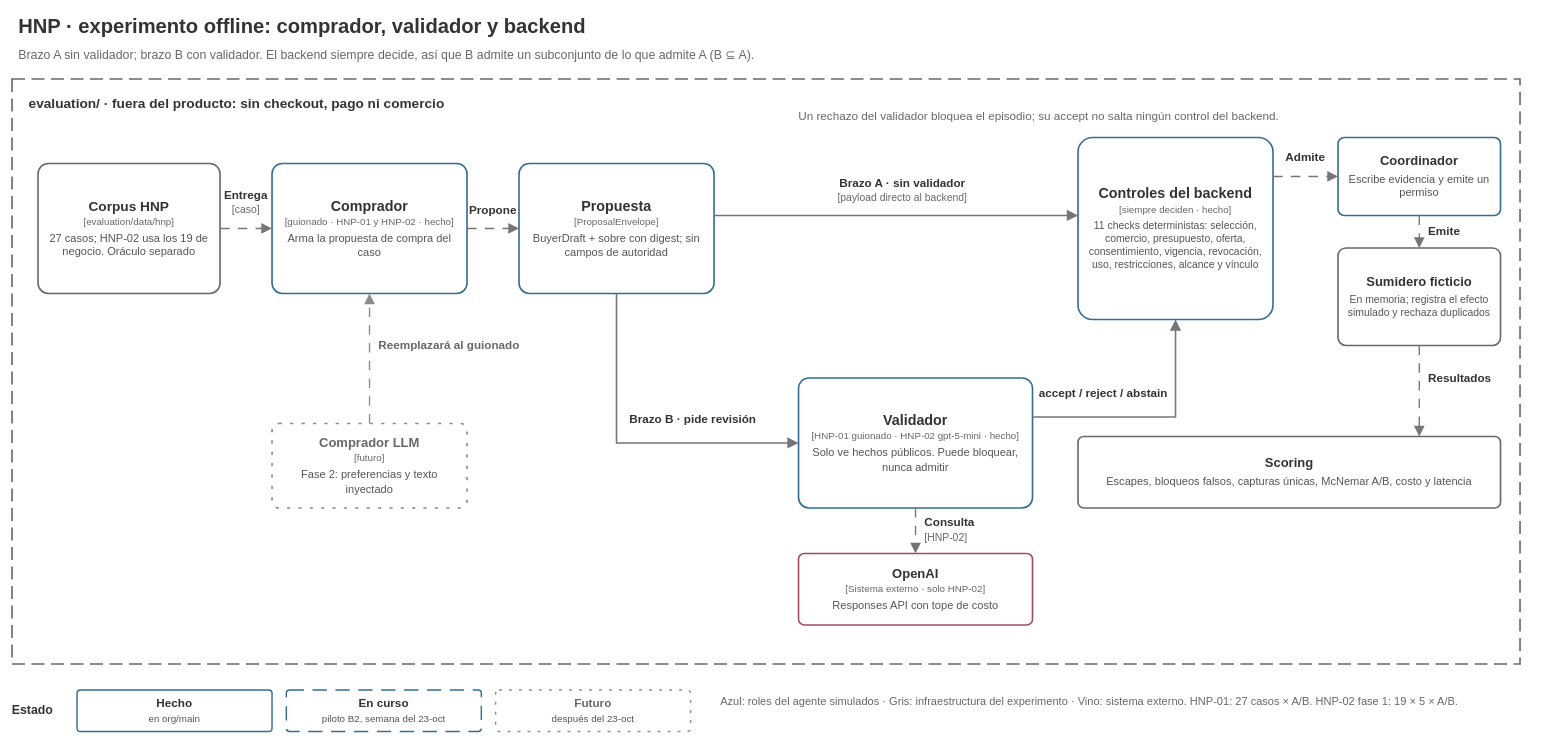
Before: docs/diagrams/architecture-hnp-experiment.drawio in Tesis-Agentes-Comerciales/tesis-commerce-agent, a draw.io diagram. Source tidied: cells renumbered, new cells numbered last; positions are measured from the earlier drawing's top-left corner, leaving out a move shared by most shapes. Both pictures are drawn from the tidied source at 65%, with x=0, y=0 at pixel (12, 11).
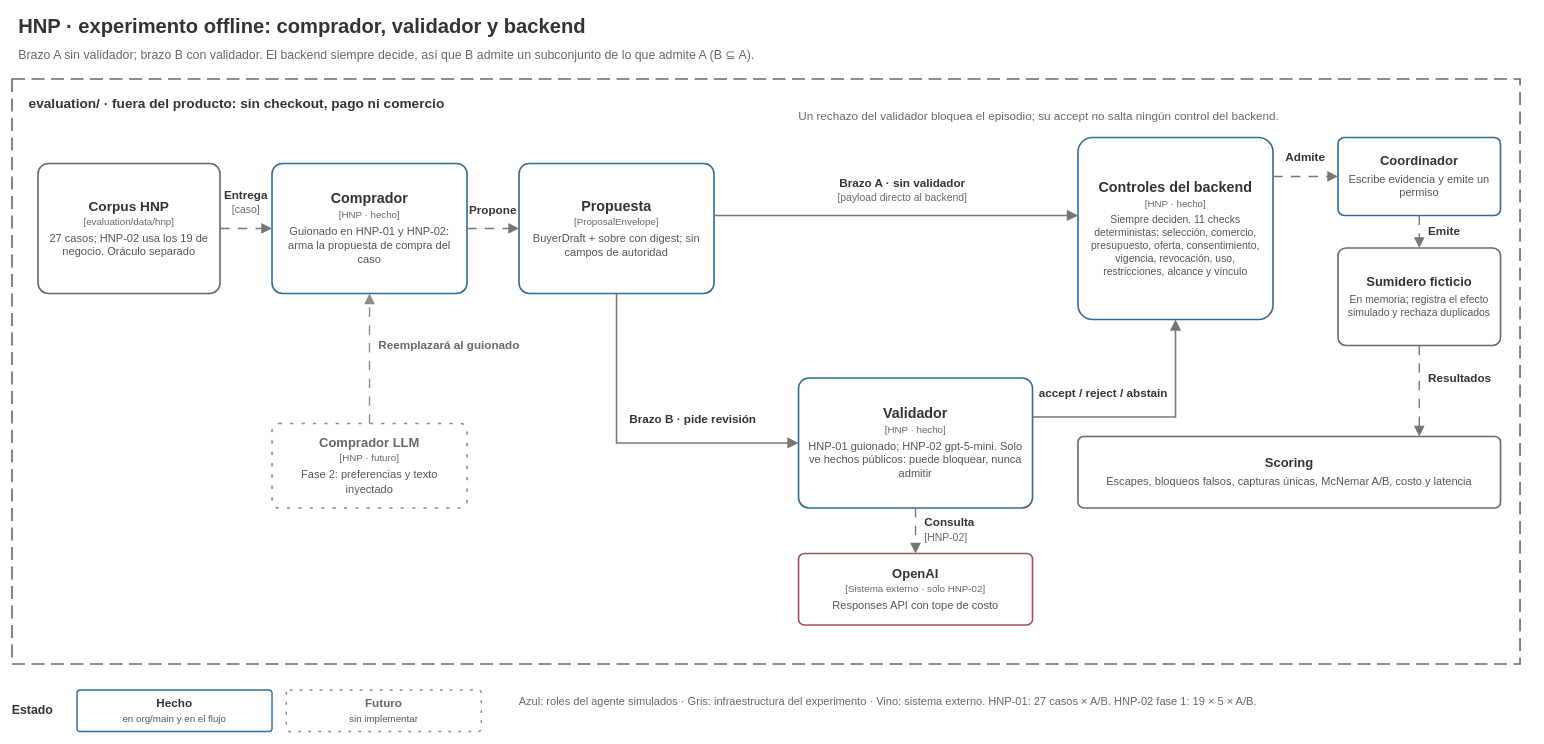
After the change.

What changed in the source:
```diff
@@
-    <mxCell id="6" value="&lt;div style=&quot;font-family:Arial&quot;&gt;&lt;div style=&quot;font-size:22px;color:#333333;line-height:1.15&quot;&gt;&lt;b&gt;Comprador&lt;/b&gt;&lt;/div&gt;&lt;div style=&quot;font-size:15px;color:#686868;margin-top:3px&quot;&gt;[guionado · HNP-01 y HNP-02 · hecho]&lt;/div&gt;&lt;div style=&quot;font-size:17px;color:#555555;margin-top:6px;line-height:1.25&quot;&gt;Arma la propuesta de compra del caso&lt;/div&gt;&lt;/div&gt;" style="rounded=1;arcSize=8;whiteSpace=wrap;html=1;fillColor=#FFFFFF;strokeColor=#336C96;strokeWidth=2.5;dashed=0;fontFamily=Arial;fontColor=#333333;align=center;verticalAlign=middle;spacing=10;" parent="1" vertex="1">
+    <mxCell id="6" value="&lt;div style=&quot;font-family:Arial&quot;&gt;&lt;div style=&quot;font-size:22px;color:#333333;line-height:1.15&quot;&gt;&lt;b&gt;Comprador&lt;/b&gt;&lt;/div&gt;&lt;div style=&quot;font-size:15px;color:#686868;margin-top:3px&quot;&gt;[HNP · hecho]&lt;/div&gt;&lt;div style=&quot;font-size:17px;color:#555555;margin-top:6px;line-height:1.25&quot;&gt;Guionado en HNP-01 y HNP-02: arma la propuesta de compra del caso&lt;/div&gt;&lt;/div&gt;" style="rounded=1;arcSize=8;whiteSpace=wrap;html=1;fillColor=#FFFFFF;strokeColor=#336C96;strokeWidth=2.5;dashed=0;fontFamily=Arial;fontColor=#333333;align=center;verticalAlign=middle;spacing=10;" parent="1" vertex="1">
       <mxGeometry x="400" y="234" width="300" height="200" as="geometry" />
     </mxCell>
-    <mxCell id="7" value="&lt;div style=&quot;font-family:Arial&quot;&gt;&lt;div style=&quot;font-size:20px;color:#686868;line-height:1.15&quot;&gt;&lt;b&gt;Comprador LLM&lt;/b&gt;&lt;/div&gt;&lt;div style=&quot;font-size:15px;color:#686868;margin-top:3px&quot;&gt;[futuro]&lt;/div&gt;&lt;div style=&quot;font-size:17px;color:#555555;margin-top:6px;line-height:1.25&quot;&gt;Fase 2: preferencias y texto inyectado&lt;/div&gt;&lt;/div&gt;" style="rounded=1;arcSize=8;whiteSpace=wrap;html=1;fillColor=#FFFFFF;strokeColor=#8C8C8C;strokeWidth=2.5;dashed=1;dashPattern=2 5;fontFamily=Arial;fontColor=#333333;align=center;verticalAlign=middle;spacing=10;" parent="1" vertex="1">
+    <mxCell id="7" value="&lt;div style=&quot;font-family:Arial&quot;&gt;&lt;div style=&quot;font-size:20px;color:#686868;line-height:1.15&quot;&gt;&lt;b&gt;Comprador LLM&lt;/b&gt;&lt;/div&gt;&lt;div style=&quot;font-size:15px;color:#686868;margin-top:3px&quot;&gt;[HNP · futuro]&lt;/div&gt;&lt;div style=&quot;font-size:17px;color:#555555;margin-top:6px;line-height:1.25&quot;&gt;Fase 2: preferencias y texto inyectado&lt;/div&gt;&lt;/div&gt;" style="rounded=1;arcSize=8;whiteSpace=wrap;html=1;fillColor=#FFFFFF;strokeColor=#8C8C8C;strokeWidth=2.5;dashed=1;dashPattern=2 5;fontFamily=Arial;fontColor=#333333;align=center;verticalAlign=middle;spacing=10;" parent="1" vertex="1">
       <mxGeometry x="400" y="634" width="300" height="130" as="geometry" />
     </mxCell>
@@
-    <mxCell id="9" value="&lt;div style=&quot;font-family:Arial&quot;&gt;&lt;div style=&quot;font-size:22px;color:#333333;line-height:1.15&quot;&gt;&lt;b&gt;Validador&lt;/b&gt;&lt;/div&gt;&lt;div style=&quot;font-size:15px;color:#686868;margin-top:3px&quot;&gt;[HNP-01 guionado · HNP-02 gpt-5-mini · hecho]&lt;/div&gt;&lt;div style=&quot;font-size:17px;color:#555555;margin-top:6px;line-height:1.25&quot;&gt;Solo ve hechos públicos. Puede bloquear, nunca admitir&lt;/div&gt;&lt;/div&gt;" style="rounded=1;arcSize=8;whiteSpace=wrap;html=1;fillColor=#FFFFFF;strokeColor=#336C96;strokeWidth=2.5;dashed=0;fontFamily=Arial;fontColor=#333333;align=center;verticalAlign=middle;spacing=10;" parent="1" vertex="1">
+    <mxCell id="9" value="&lt;div style=&quot;font-family:Arial&quot;&gt;&lt;div style=&quot;font-size:22px;color:#333333;line-height:1.15&quot;&gt;&lt;b&gt;Validador&lt;/b&gt;&lt;/div&gt;&lt;div style=&quot;font-size:15px;color:#686868;margin-top:3px&quot;&gt;[HNP · hecho]&lt;/div&gt;&lt;div style=&quot;font-size:17px;color:#555555;margin-top:6px;line-height:1.25&quot;&gt;HNP-01 guionado; HNP-02 gpt-5-mini. Solo ve hechos públicos: puede bloquear, nunca admitir&lt;/div&gt;&lt;/div&gt;" style="rounded=1;arcSize=8;whiteSpace=wrap;html=1;fillColor=#FFFFFF;strokeColor=#336C96;strokeWidth=2.5;dashed=0;fontFamily=Arial;fontColor=#333333;align=center;verticalAlign=middle;spacing=10;" parent="1" vertex="1">
       <mxGeometry x="1210" y="564" width="360" height="200" as="geometry" />
     </mxCell>
@@
-    <mxCell id="11" value="&lt;div style=&quot;font-family:Arial&quot;&gt;&lt;div style=&quot;font-size:22px;color:#333333;line-height:1.15&quot;&gt;&lt;b&gt;Controles del backend&lt;/b&gt;&lt;/div&gt;&lt;div style=&quot;font-size:15px;color:#686868;margin-top:3px&quot;&gt;[siempre deciden · hecho]&lt;/div&gt;&lt;div style=&quot;font-size:16px;color:#555555;margin-top:6px;line-height:1.25&quot;&gt;11 checks deterministas: selección, comercio, presupuesto, oferta, consentimiento, vigencia, revocación, uso, restricciones, alcance y vínculo&lt;/div&gt;&lt;/div&gt;" style="rounded=1;arcSize=8;whiteSpace=wrap;html=1;fillColor=#FFFFFF;strokeColor=#336C96;strokeWidth=2.5;dashed=0;fontFamily=Arial;fontColor=#333333;align=center;verticalAlign=middle;spacing=10;" parent="1" vertex="1">
+    <mxCell id="11" value="&lt;div style=&quot;font-family:Arial&quot;&gt;&lt;div style=&quot;font-size:22px;color:#333333;line-height:1.15&quot;&gt;&lt;b&gt;Controles del backend&lt;/b&gt;&lt;/div&gt;&lt;div style=&quot;font-size:15px;color:#686868;margin-top:3px&quot;&gt;[HNP · hecho]&lt;/div&gt;&lt;div style=&quot;font-size:16px;color:#555555;margin-top:6px;line-height:1.25&quot;&gt;Siempre deciden. 11 checks deterministas: selección, comercio, presupuesto, oferta, consentimiento, vigencia, revocación, uso, restricciones, alcance y vínculo&lt;/div&gt;&lt;/div&gt;" style="rounded=1;arcSize=8;whiteSpace=wrap;html=1;fillColor=#FFFFFF;strokeColor=#336C96;strokeWidth=2.5;dashed=0;fontFamily=Arial;fontColor=#333333;align=center;verticalAlign=middle;spacing=10;" parent="1" vertex="1">
       <mxGeometry x="1640" y="194" width="300" height="280" as="geometry" />
     </mxCell>
@@
-    <mxCell id="37" value="&lt;div style=&quot;font-family:Arial&quot;&gt;&lt;div style=&quot;font-size:18px;color:#333333;line-height:1.15&quot;&gt;&lt;b&gt;Hecho&lt;/b&gt;&lt;/div&gt;&lt;div style=&quot;font-size:15px;color:#555555;margin-top:6px;line-height:1.25&quot;&gt;en org/main&lt;/div&gt;&lt;/div&gt;" style="rounded=1;arcSize=8;whiteSpace=wrap;html=1;fillColor=#FFFFFF;strokeColor=#336C96;strokeWidth=2.2;dashed=0;fontFamily=Arial;fontColor=#333333;align=center;verticalAlign=middle;spacing=10;" parent="1" vertex="1">
+    <mxCell id="37" value="&lt;div style=&quot;font-family:Arial&quot;&gt;&lt;div style=&quot;font-size:18px;color:#333333;line-height:1.15&quot;&gt;&lt;b&gt;Hecho&lt;/b&gt;&lt;/div&gt;&lt;div style=&quot;font-size:15px;color:#555555;margin-top:6px;line-height:1.25&quot;&gt;en org/main y en el flujo&lt;/div&gt;&lt;/div&gt;" style="rounded=1;arcSize=8;whiteSpace=wrap;html=1;fillColor=#FFFFFF;strokeColor=#336C96;strokeWidth=2.2;dashed=0;fontFamily=Arial;fontColor=#333333;align=center;verticalAlign=middle;spacing=10;" parent="1" vertex="1">
       <mxGeometry x="100" y="1044" width="300" height="64" as="geometry" />
     </mxCell>
-    <mxCell id="38" value="&lt;div style=&quot;font-family:Arial&quot;&gt;&lt;div style=&quot;font-size:18px;color:#333333;line-height:1.15&quot;&gt;&lt;b&gt;En curso&lt;/b&gt;&lt;/div&gt;&lt;div style=&quot;font-size:15px;color:#555555;margin-top:6px;line-height:1.25&quot;&gt;piloto B2, semana del 23-oct&lt;/div&gt;&lt;/div&gt;" style="rounded=1;arcSize=8;whiteSpace=wrap;html=1;fillColor=#FFFFFF;strokeColor=#336C96;strokeWidth=2.2;dashed=1;dashPattern=10 6;fontFamily=Arial;fontColor=#333333;align=center;verticalAlign=middle;spacing=10;" parent="1" vertex="1">
+    <mxCell id="38" value="&lt;div style=&quot;font-family:Arial&quot;&gt;&lt;div style=&quot;font-size:18px;color:#686868;line-height:1.15&quot;&gt;&lt;b&gt;Futuro&lt;/b&gt;&lt;/div&gt;&lt;div style=&quot;font-size:15px;color:#555555;margin-top:6px;line-height:1.25&quot;&gt;sin implementar&lt;/div&gt;&lt;/div&gt;" style="rounded=1;arcSize=8;whiteSpace=wrap;html=1;fillColor=#FFFFFF;strokeColor=#8C8C8C;strokeWidth=2.2;dashed=1;dashPattern=2 5;fontFamily=Arial;fontColor=#333333;align=center;verticalAlign=middle;spacing=10;" parent="1" vertex="1">
       <mxGeometry x="422" y="1044" width="300" height="64" as="geometry" />
     </mxCell>
-    <mxCell id="39" value="&lt;div style=&quot;font-family:Arial&quot;&gt;&lt;div style=&quot;font-size:18px;color:#686868;line-height:1.15&quot;&gt;&lt;b&gt;Futuro&lt;/b&gt;&lt;/div&gt;&lt;div style=&quot;font-size:15px;color:#555555;margin-top:6px;line-height:1.25&quot;&gt;después del 23-oct&lt;/div&gt;&lt;/div&gt;" style="rounded=1;arcSize=8;whiteSpace=wrap;html=1;fillColor=#FFFFFF;strokeColor=#8C8C8C;strokeWidth=2.2;dashed=1;dashPattern=2 5;fontFamily=Arial;fontColor=#333333;align=center;verticalAlign=middle;spacing=10;" parent="1" vertex="1">
-      <mxGeometry x="744" y="1044" width="300" height="64" as="geometry" />
+    <mxCell id="39" value="Azul: roles del agente simulados · Gris: infraestructura del experimento · Vino: sistema externo. HNP-01: 27 casos × A/B. HNP-02 fase 1: 19 × 5 × A/B." style="text;html=1;whiteSpace=wrap;fillColor=none;strokeColor=none;fontFamily=Arial;fontSize=17;fontStyle=0;fontColor=#686868;align=left;verticalAlign=middle;spacing=0;" parent="1" vertex="1">
+      <mxGeometry x="780" y="1046" width="1540" height="34" as="geometry" />
     </mxCell>
-    <mxCell id="40" value="Azul: roles del agente simulados · Gris: infraestructura del experimento · Vino: sistema externo. HNP-01: 27 casos × A/B. HNP-02 fase 1: 19 × 5 × A/B." style="text;html=1;whiteSpace=wrap;fillColor=none;strokeColor=none;fontFamily=Arial;fontSize=17;fontStyle=0;fontColor=#686868;align=left;verticalAlign=middle;spacing=0;" parent="1" vertex="1">
-      <mxGeometry x="1090" y="1046" width="1250" height="34" as="geometry" />
-    </mxCell>
```
